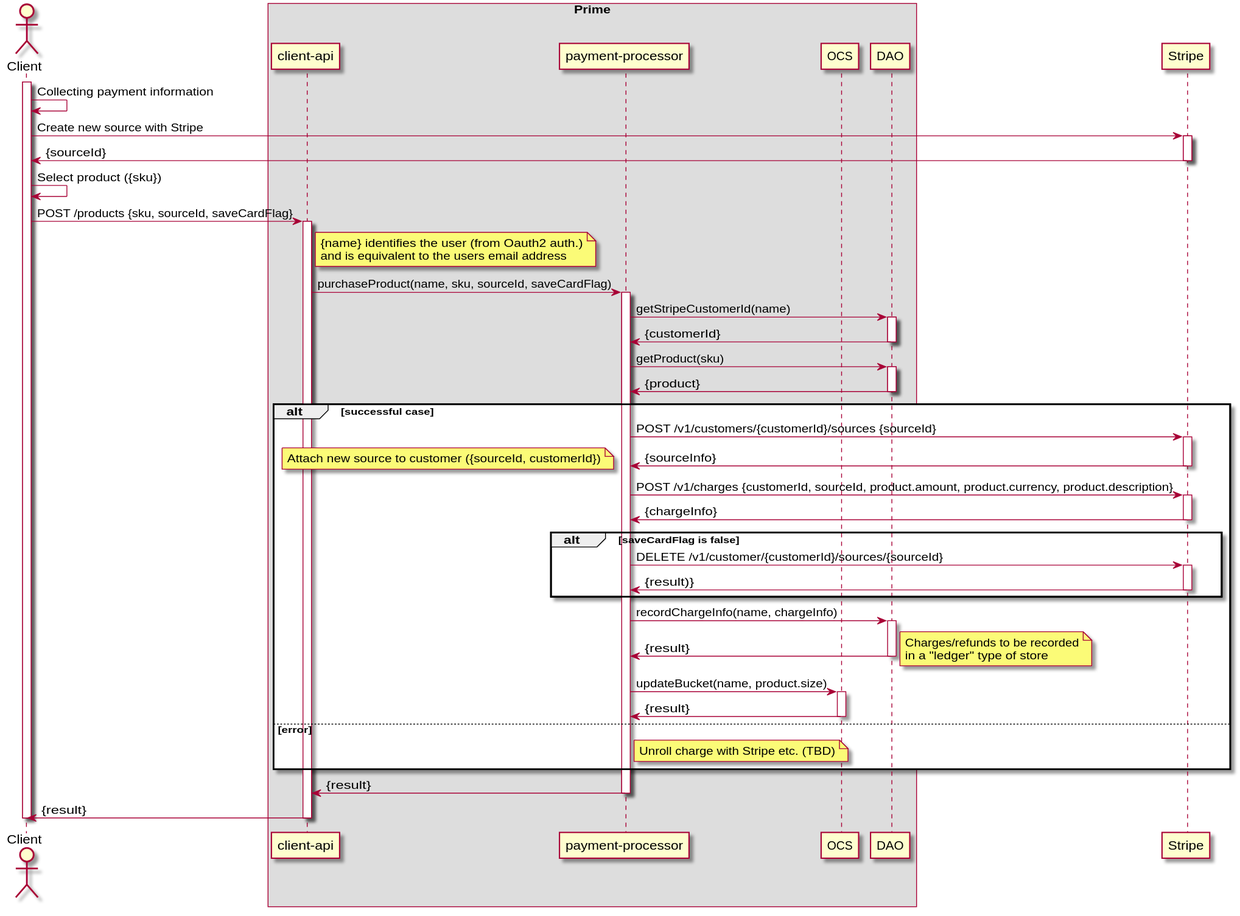
Above: payment-processor/doc/diagrams/purchase-with-new-source.svg in ostelco/ostelco-core (PlantUML), before the change.
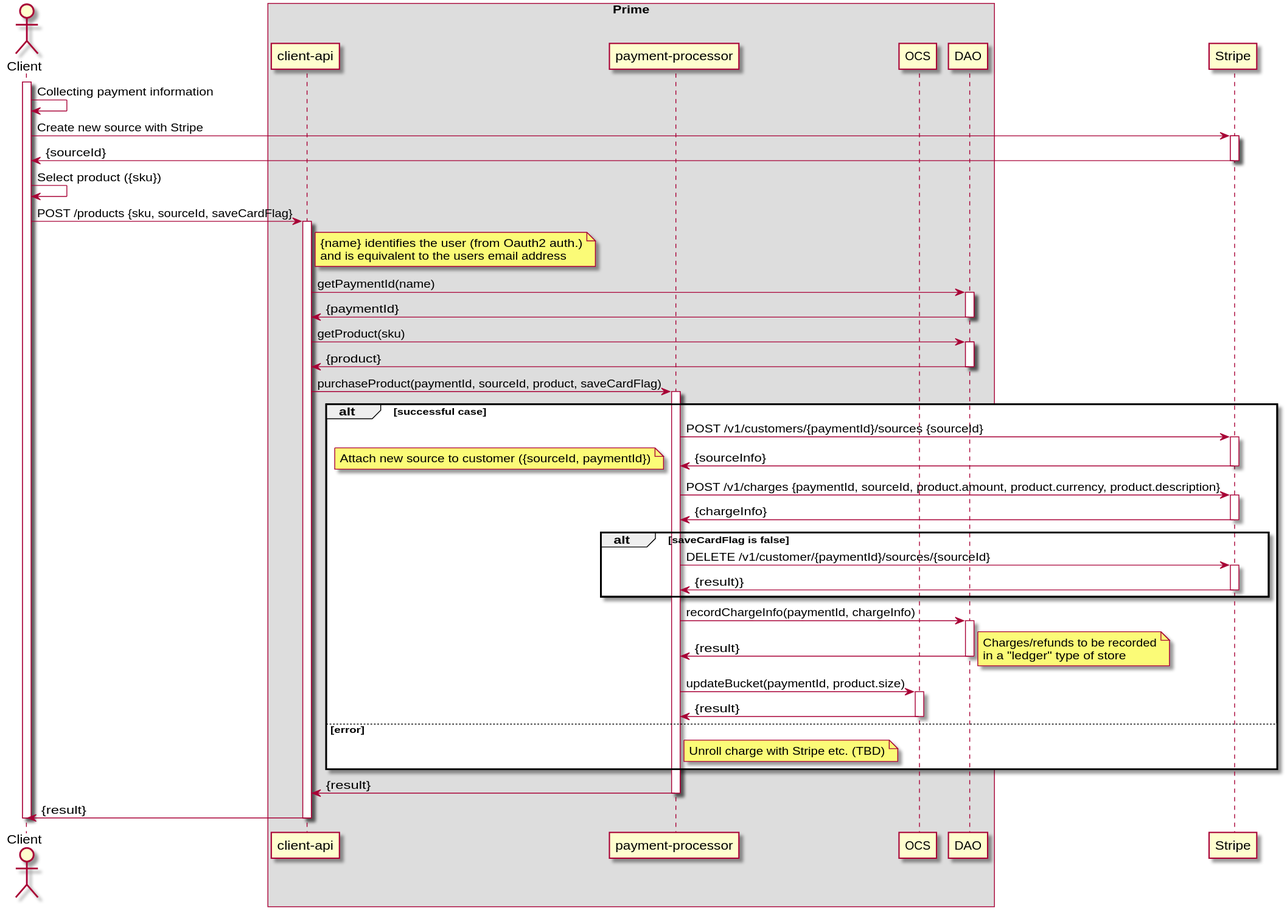
The same file after the commit.

Diff of the diagram source:
```diff
@@ -28,40 +28,40 @@
        and is equivalent to the users email address
     end note
 
-    "client-api" -> "payment-processor" : purchaseProduct(name, sku, sourceId, saveCardFlag)
-    activate "payment-processor"
-
-    "payment-processor" -> DAO : getStripeCustomerId(name)
+    "client-api" -> DAO : getPaymentId(name)
     activate DAO
-    DAO -> "payment-processor" : {customerId}
+    DAO -> "client-api" : {paymentId}
     deactivate DAO
 
-    "payment-processor" -> DAO : getProduct(sku)
+    "client-api" -> DAO : getProduct(sku)
     activate DAO
-    DAO -> "payment-processor" : {product}
+    DAO -> "client-api" : {product}
     deactivate DAO
+
+    "client-api" -> "payment-processor" : purchaseProduct(paymentId, sourceId, product, saveCardFlag)
+    activate "payment-processor"
 
     alt successful case
 
-        "payment-processor" -> Stripe : POST /v1/customers/{customerId}/sources {sourceId}
+        "payment-processor" -> Stripe : POST /v1/customers/{paymentId}/sources {sourceId}
         activate Stripe
         Stripe -> "payment-processor" : {sourceInfo}
         deactivate Stripe
-        note left : Attach new source to customer ({sourceId, customerId})
+        note left : Attach new source to customer ({sourceId, paymentId})
 
-        "payment-processor" -> Stripe : POST /v1/charges {customerId, sourceId, product.amount, product.currency, product.description}
+        "payment-processor" -> Stripe : POST /v1/charges {paymentId, sourceId, product.amount, product.currency, product.description}
         activate Stripe
         Stripe -> "payment-processor" : {chargeInfo}
         deactivate Stripe
 
         alt saveCardFlag is false
-            "payment-processor" -> Stripe : DELETE /v1/customer/{customerId}/sources/{sourceId}
+            "payment-processor" -> Stripe : DELETE /v1/customer/{paymentId}/sources/{sourceId}
              activate Stripe
             Stripe -> "payment-processor" : {result)}
             deactivate Stripe
         end
 
-        "payment-processor" -> DAO: recordChargeInfo(name, chargeInfo)
+        "payment-processor" -> DAO: recordChargeInfo(paymentId, chargeInfo)
         activate DAO
         DAO -> "payment-processor" : {result}
         deactivate DAO
@@ -70,7 +70,7 @@
           in a "ledger" type of store
         end note
 
-        "payment-processor" -> OCS : updateBucket(name, product.size)
+        "payment-processor" -> OCS : updateBucket(paymentId, product.size)
         activate OCS
         OCS -> "payment-processor" : {result}
         deactivate OCS
```
